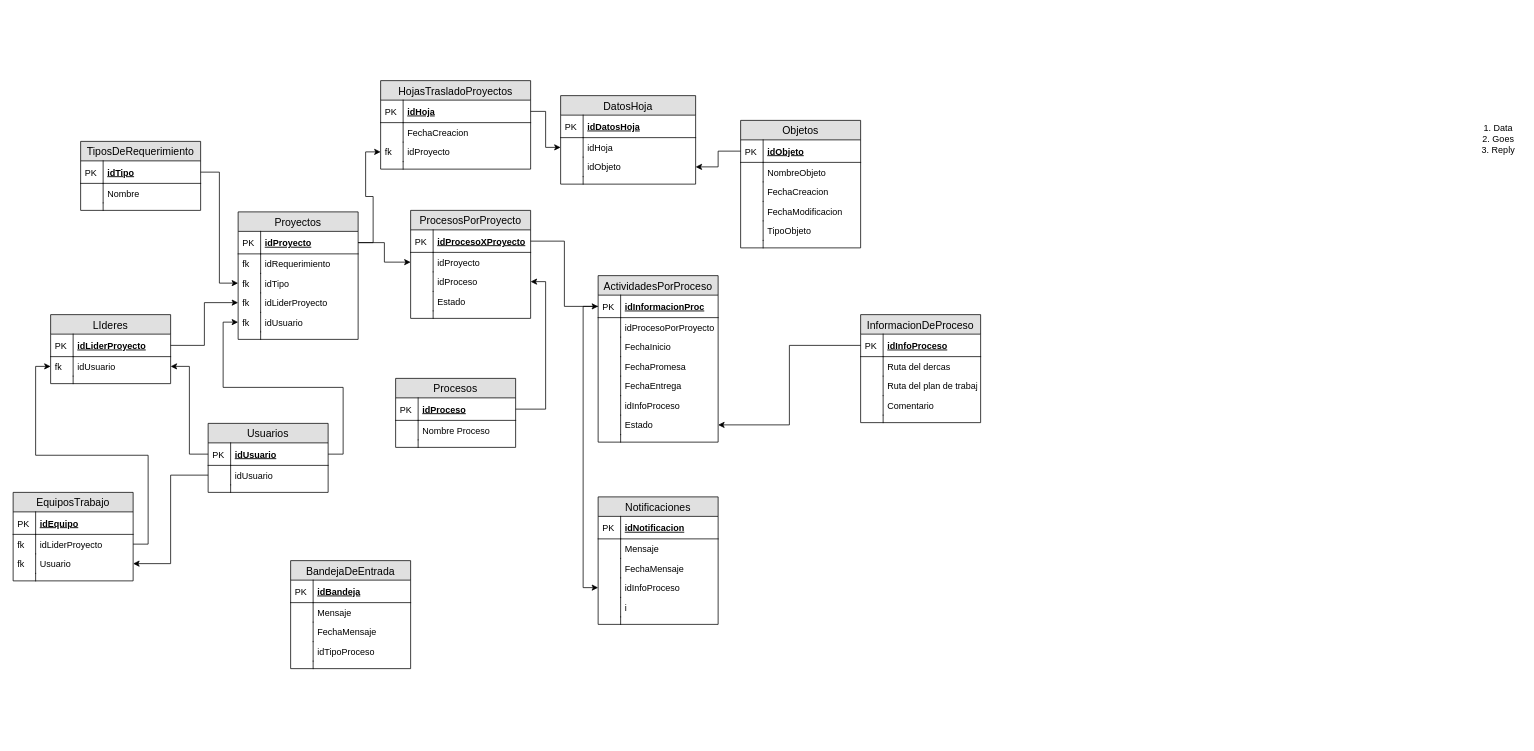
The draw.io diagram DiagramaNuevo.drawio in IrvinDevFlores/RequerimientosPro, before the edit. Source tidied: cells renumbered, new cells numbered last; positions are measured from the earlier drawing's top-left corner, leaving out a move shared by most shapes. Both pictures are drawn from the tidied source at 75%, with x=0, y=0 at pixel (13, 80).
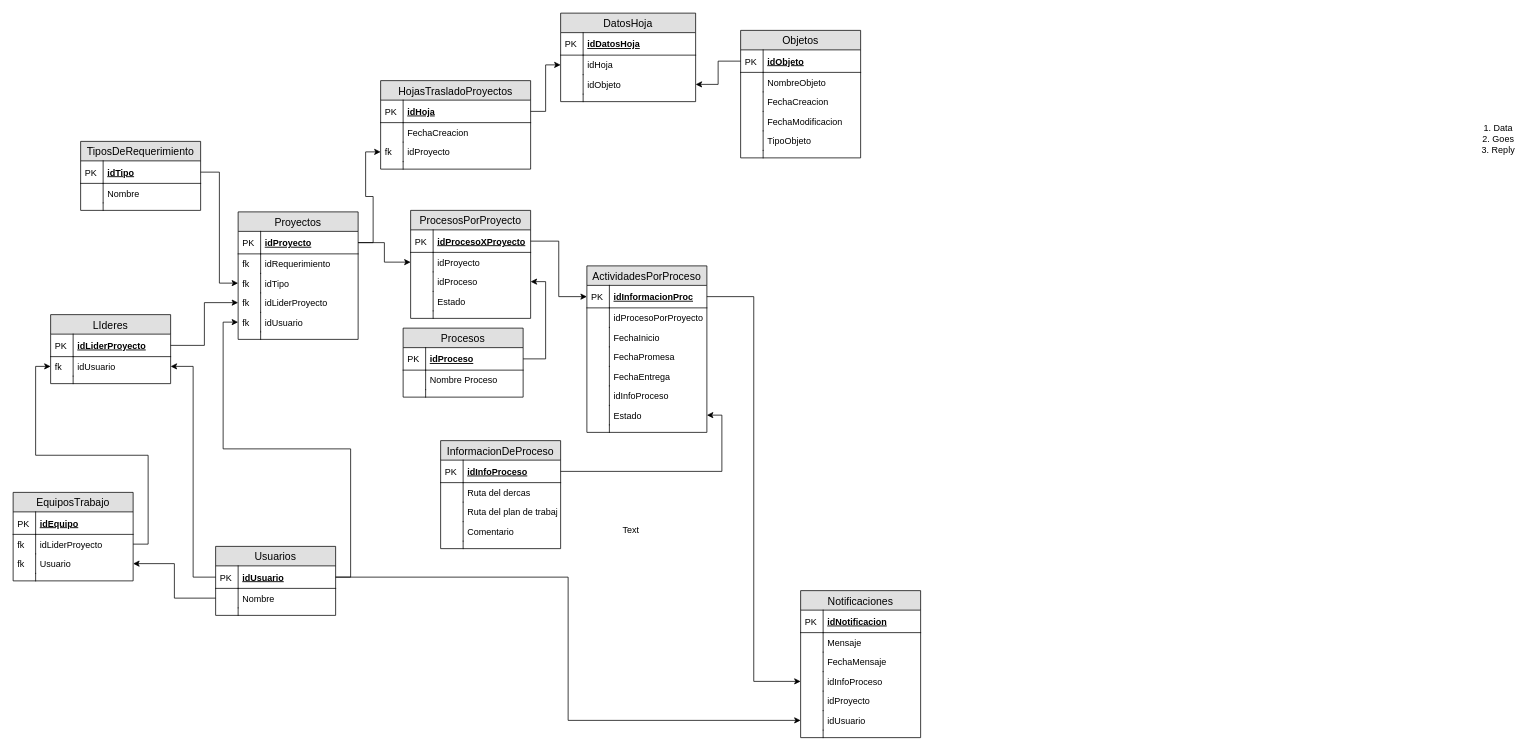
Above is the later version.

Commit message:
Terminando la base de datos

Unchanged cells that the change refers to:
```xml
<mxCell id="75" value="idUsuario" style="shape=partialRectangle;top=0;left=0;right=0;bottom=1;align=left;verticalAlign=middle;fillColor=none;spacingLeft=34;spacingRight=4;overflow=hidden;points=[[0,0.5],[1,0.5]];portConstraint=eastwest;fontStyle=5;fontSize=12;" parent="74" vertex="1">
  <mxGeometry y="26" width="160" height="30" as="geometry" />
</mxCell>
```

Diff of the diagram source:
```diff
@@
     <mxCell id="24" value="Objetos" style="swimlane;fontStyle=0;horizontal=1;startSize=26;fillColor=#e0e0e0;swimlaneFillColor=#ffffff;align=center;fontSize=14;" parent="1" vertex="1">
-      <mxGeometry x="970" y="53" width="160" height="170" as="geometry" />
+      <mxGeometry x="970" y="-67" width="160" height="170" as="geometry" />
     </mxCell>
@@
     <mxCell id="37" value="DatosHoja" style="swimlane;fontStyle=0;horizontal=1;startSize=26;fillColor=#e0e0e0;swimlaneFillColor=#ffffff;align=center;fontSize=14;" parent="1" vertex="1">
-      <mxGeometry x="730" y="20" width="180" height="118" as="geometry" />
+      <mxGeometry x="730" y="-90" width="180" height="118" as="geometry" />
     </mxCell>
@@
     <mxCell id="74" value="Usuarios" style="swimlane;fontStyle=0;horizontal=1;startSize=26;fillColor=#e0e0e0;swimlaneFillColor=#ffffff;align=center;fontSize=14;" parent="1" vertex="1">
-      <mxGeometry x="260" y="457" width="160" height="92" as="geometry" />
+      <mxGeometry x="270" y="621" width="160" height="92" as="geometry" />
     </mxCell>
@@
-    <mxCell id="77" value="idUsuario" style="shape=partialRectangle;top=0;left=0;right=0;bottom=0;align=left;verticalAlign=top;fillColor=none;spacingLeft=34;spacingRight=4;overflow=hidden;points=[[0,0.5],[1,0.5]];portConstraint=eastwest;fontSize=12;" parent="74" vertex="1">
+    <mxCell id="77" value="Nombre" style="shape=partialRectangle;top=0;left=0;right=0;bottom=0;align=left;verticalAlign=top;fillColor=none;spacingLeft=34;spacingRight=4;overflow=hidden;points=[[0,0.5],[1,0.5]];portConstraint=eastwest;fontSize=12;" parent="74" vertex="1">
       <mxGeometry y="56" width="160" height="26" as="geometry" />
     </mxCell>
@@
     <mxCell id="85" value="Procesos" style="swimlane;fontStyle=0;horizontal=1;startSize=26;fillColor=#e0e0e0;swimlaneFillColor=#ffffff;align=center;fontSize=14;" parent="1" vertex="1">
-      <mxGeometry x="510" y="397" width="160" height="92" as="geometry" />
+      <mxGeometry x="520" y="330" width="160" height="92" as="geometry" />
     </mxCell>
@@
     <mxCell id="105" value="ActividadesPorProceso" style="swimlane;fontStyle=0;horizontal=1;startSize=26;fillColor=#e0e0e0;swimlaneFillColor=#ffffff;align=center;fontSize=14;" parent="1" vertex="1">
-      <mxGeometry x="780" y="260" width="160" height="222" as="geometry" />
+      <mxGeometry x="765" y="247" width="160" height="222" as="geometry" />
     </mxCell>
@@
     <mxCell id="124" value="InformacionDeProceso" style="swimlane;fontStyle=0;horizontal=1;startSize=26;fillColor=#e0e0e0;swimlaneFillColor=#ffffff;align=center;fontSize=14;" parent="1" vertex="1">
-      <mxGeometry x="1130" y="312" width="160" height="144" as="geometry" />
+      <mxGeometry x="570" y="480" width="160" height="144" as="geometry" />
     </mxCell>
@@
-    <mxCell id="136" value="BandejaDeEntrada" style="swimlane;fontStyle=0;horizontal=1;startSize=26;fillColor=#e0e0e0;swimlaneFillColor=#ffffff;align=center;fontSize=14;" parent="1" vertex="1">
-      <mxGeometry x="370" y="640" width="160" height="144" as="geometry" />
-    </mxCell>
-    <mxCell id="137" value="idBandeja" style="shape=partialRectangle;top=0;left=0;right=0;bottom=1;align=left;verticalAlign=middle;fillColor=none;spacingLeft=34;spacingRight=4;overflow=hidden;fontStyle=5;fontSize=12;" parent="136" vertex="1">
-      <mxGeometry y="26" width="160" height="30" as="geometry" />
-    </mxCell>
-    <mxCell id="138" value="PK" style="shape=partialRectangle;top=0;left=0;bottom=0;fillColor=none;align=left;verticalAlign=middle;spacingLeft=4;spacingRight=4;overflow=hidden;fontSize=12;" parent="137" vertex="1">
-      <mxGeometry width="30" height="30" as="geometry" />
-    </mxCell>
-    <mxCell id="139" value="Mensaje" style="shape=partialRectangle;top=0;left=0;right=0;bottom=0;align=left;verticalAlign=top;fillColor=none;spacingLeft=34;spacingRight=4;overflow=hidden;fontSize=12;" parent="136" vertex="1">
-      <mxGeometry y="56" width="160" height="26" as="geometry" />
-    </mxCell>
-    <mxCell id="140" style="shape=partialRectangle;top=0;left=0;bottom=0;fillColor=none;align=left;verticalAlign=top;spacingLeft=4;spacingRight=4;overflow=hidden;fontSize=12;" parent="139" vertex="1">
-      <mxGeometry width="30" height="26" as="geometry" />
-    </mxCell>
-    <mxCell id="141" value="FechaMensaje" style="shape=partialRectangle;top=0;left=0;right=0;bottom=0;align=left;verticalAlign=top;fillColor=none;spacingLeft=34;spacingRight=4;overflow=hidden;fontSize=12;" parent="136" vertex="1">
-      <mxGeometry y="82" width="160" height="26" as="geometry" />
-    </mxCell>
-    <mxCell id="142" style="shape=partialRectangle;top=0;left=0;bottom=0;fillColor=none;align=left;verticalAlign=top;spacingLeft=4;spacingRight=4;overflow=hidden;fontSize=12;" parent="141" vertex="1">
-      <mxGeometry width="30" height="26" as="geometry" />
-    </mxCell>
-    <mxCell id="143" value="idTipoProceso" style="shape=partialRectangle;top=0;left=0;right=0;bottom=0;align=left;verticalAlign=top;fillColor=none;spacingLeft=34;spacingRight=4;overflow=hidden;fontSize=12;" parent="136" vertex="1">
-      <mxGeometry y="108" width="160" height="26" as="geometry" />
-    </mxCell>
-    <mxCell id="144" style="shape=partialRectangle;top=0;left=0;bottom=0;fillColor=none;align=left;verticalAlign=top;spacingLeft=4;spacingRight=4;overflow=hidden;fontSize=12;" parent="143" vertex="1">
-      <mxGeometry width="30" height="26" as="geometry" />
-    </mxCell>
-    <mxCell id="145" style="shape=partialRectangle;top=0;left=0;right=0;bottom=0;align=left;verticalAlign=top;fillColor=none;spacingLeft=34;spacingRight=4;overflow=hidden;fontSize=12;" parent="136" vertex="1">
-      <mxGeometry y="134" width="160" height="10" as="geometry" />
-    </mxCell>
-    <mxCell id="146" style="shape=partialRectangle;top=0;left=0;bottom=0;fillColor=none;align=left;verticalAlign=top;spacingLeft=4;spacingRight=4;overflow=hidden;fontSize=12;" parent="145" vertex="1">
-      <mxGeometry width="30" height="10" as="geometry" />
-    </mxCell>
     <mxCell id="147" value="Notificaciones" style="swimlane;fontStyle=0;horizontal=1;startSize=26;fillColor=#e0e0e0;swimlaneFillColor=#ffffff;align=center;fontSize=14;" parent="1" vertex="1">
-      <mxGeometry x="780" y="555" width="160" height="170" as="geometry" />
+      <mxGeometry x="1050" y="680" width="160" height="196" as="geometry" />
     </mxCell>
@@
-    <mxCell id="156" value="i" style="shape=partialRectangle;top=0;left=0;right=0;bottom=0;align=left;verticalAlign=top;fillColor=none;spacingLeft=34;spacingRight=4;overflow=hidden;fontSize=12;" parent="147" vertex="1">
+    <mxCell id="156" value="idProyecto" style="shape=partialRectangle;top=0;left=0;right=0;bottom=0;align=left;verticalAlign=top;fillColor=none;spacingLeft=34;spacingRight=4;overflow=hidden;fontSize=12;" parent="147" vertex="1">
       <mxGeometry y="134" width="160" height="26" as="geometry" />
     </mxCell>
@@
+    <mxCell id="161" value="idUsuario" style="shape=partialRectangle;top=0;left=0;right=0;bottom=0;align=left;verticalAlign=top;fillColor=none;spacingLeft=34;spacingRight=4;overflow=hidden;points=[[0,0.5],[1,0.5]];portConstraint=eastwest;fontSize=12;" parent="147" vertex="1">
+      <mxGeometry y="160" width="160" height="26" as="geometry" />
+    </mxCell>
+    <mxCell id="162" style="shape=partialRectangle;top=0;left=0;bottom=0;fillColor=none;align=left;verticalAlign=top;spacingLeft=4;spacingRight=4;overflow=hidden;fontSize=12;" parent="161" vertex="1">
+      <mxGeometry width="30" height="26" as="geometry" />
+    </mxCell>
     <mxCell id="158" style="shape=partialRectangle;top=0;left=0;right=0;bottom=0;align=left;verticalAlign=top;fillColor=none;spacingLeft=34;spacingRight=4;overflow=hidden;fontSize=12;" parent="147" vertex="1">
-      <mxGeometry y="160" width="160" height="10" as="geometry" />
+      <mxGeometry y="186" width="160" height="10" as="geometry" />
     </mxCell>
@@
+    <mxCell id="163" style="edgeStyle=orthogonalEdgeStyle;rounded=0;jettySize=auto;html=1;entryX=0;entryY=0.5;entryDx=0;entryDy=0;" parent="1" edge="1" source="75" target="161">
+      <mxGeometry relative="1" as="geometry" />
+    </mxCell>
+    <mxCell id="164" value="Text" style="text;html=1;align=left;verticalAlign=top;spacingTop=-4;" parent="1" vertex="1">
+      <mxGeometry x="811" y="590" width="40" height="10" as="geometry" />
+    </mxCell>
```
